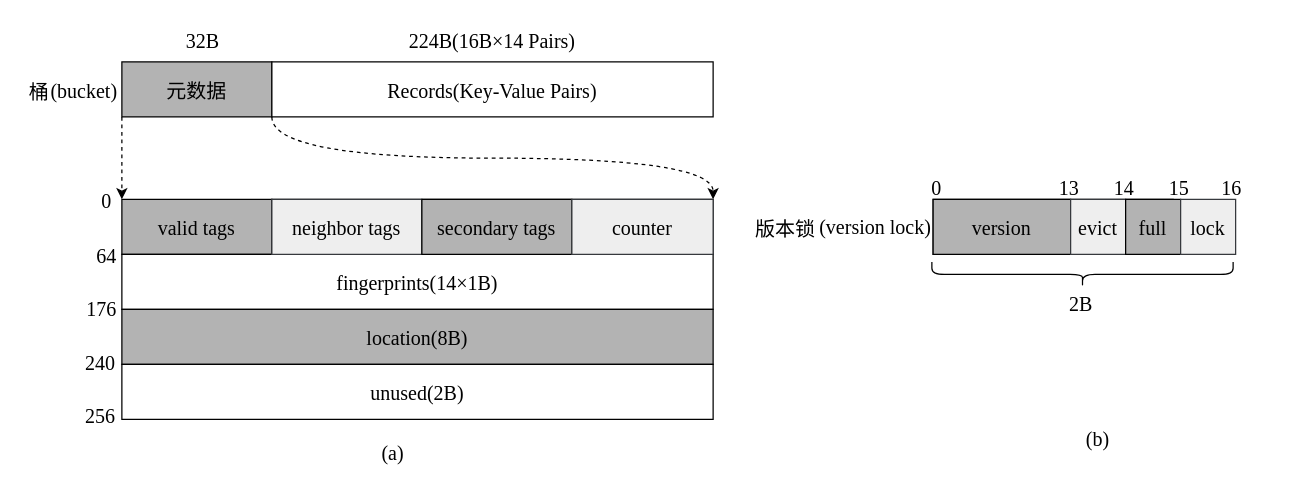
Earlier version of the draw.io diagram page "元数据" (18 of 25) of 毕业论文.drawio (HustDsy/Picture). Source tidied: cells renumbered, new cells numbered last; positions are measured from the earlier drawing's top-left corner, leaving out a move shared by most shapes. Both pictures are drawn from the tidied source at 125%, with x=0, y=0 at pixel (20, 20).
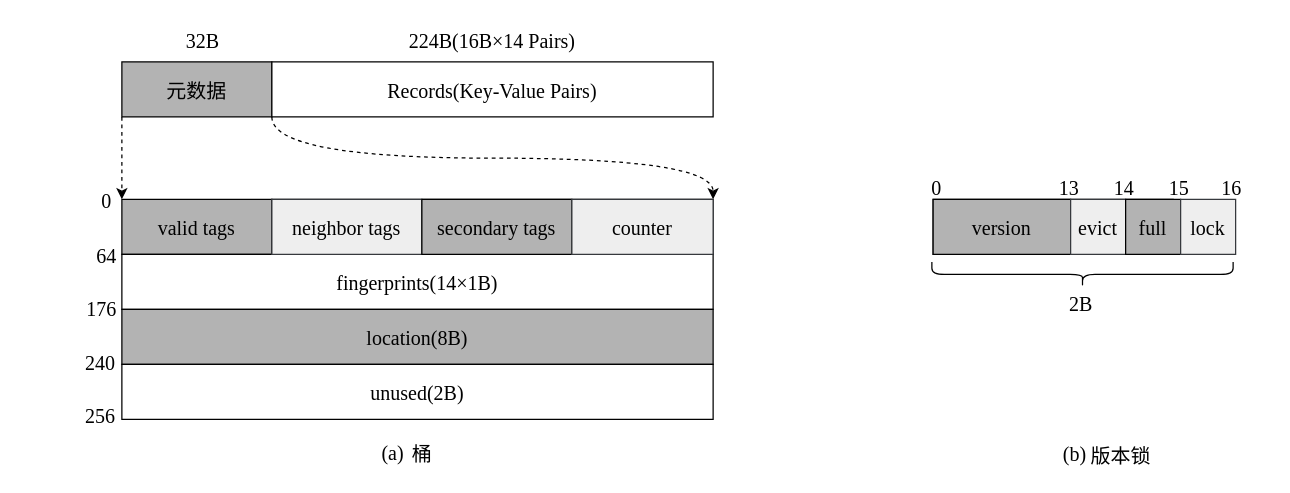
The same diagram, later.

Change to the diagram source:
```diff
@@
     <mxCell id="27" value="(b)" style="text;strokeColor=none;fillColor=none;align=center;verticalAlign=middle;rounded=0;fontFamily=Times New Roman;fontSize=16;fontColor=#000000;" parent="1" vertex="1">
-      <mxGeometry x="832" y="319" width="60" height="30" as="geometry" />
+      <mxGeometry x="813.5" y="331" width="60" height="30" as="geometry" />
     </mxCell>
@@
-    <mxCell id="35" value=" (bucket)" style="text;strokeColor=none;fillColor=none;align=center;verticalAlign=middle;rounded=0;fontFamily=Times New Roman;fontSize=16;fontColor=#000000;" parent="1" vertex="1">
-      <mxGeometry x="5" y="40" width="88" height="30" as="geometry" />
-    </mxCell>
-    <mxCell id="36" value="桶" style="text;align=center;verticalAlign=middle;strokeColor=none;fillColor=none;fontSize=16;fontFamily=简宋;" parent="1" vertex="1">
-      <mxGeometry y="46" width="30" height="20" as="geometry" />
+    <mxCell id="36" value="桶" style="text;align=center;verticalAlign=middle;strokeColor=none;fillColor=none;fontSize=16;fontFamily=宋体;" parent="1" vertex="1">
+      <mxGeometry x="305" y="335" width="33" height="22" as="geometry" />
     </mxCell>
-    <mxCell id="37" value="(version lock)" style="text;align=center;verticalAlign=middle;strokeColor=none;fillColor=none;fontSize=16;fontFamily=Times New Roman;fontColor=#000000;" parent="1" vertex="1">
-      <mxGeometry x="629" y="154.2" width="110" height="20" as="geometry" />
-    </mxCell>
-    <mxCell id="38" value="版本锁" style="text;align=center;verticalAlign=middle;strokeColor=none;fillColor=none;fontSize=16;fontFamily=简宋;" parent="1" vertex="1">
-      <mxGeometry x="582" y="155.8" width="60" height="20" as="geometry" />
+    <mxCell id="38" value="版本锁" style="text;align=center;verticalAlign=middle;strokeColor=none;fillColor=none;fontSize=16;fontFamily=宋体;" parent="1" vertex="1">
+      <mxGeometry x="847.5" y="336.5" width="66" height="22" as="geometry" />
     </mxCell>
```
